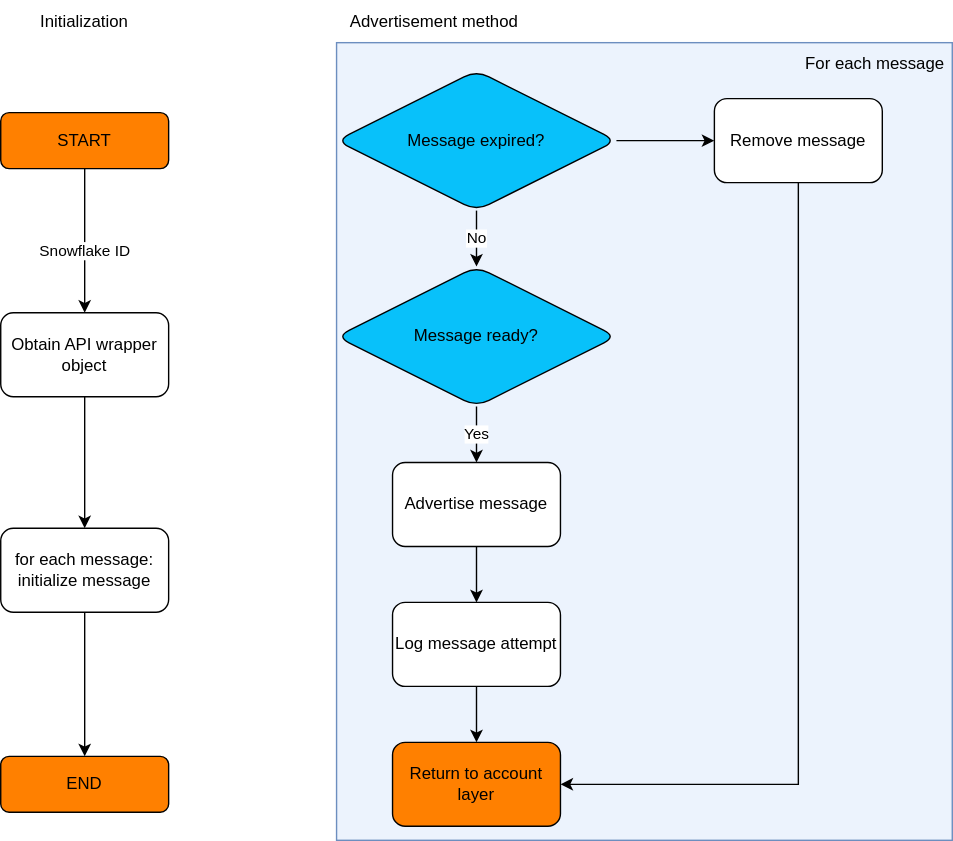
Earlier version of the draw.io export docs/thesis/images/daf-guild-layer-flowchart.svg (davidhozic/discord-advertisement-framework). Source tidied: cells renumbered, new cells last; positions are measured from the earlier drawing's top-left corner, leaving out a move shared by most shapes.
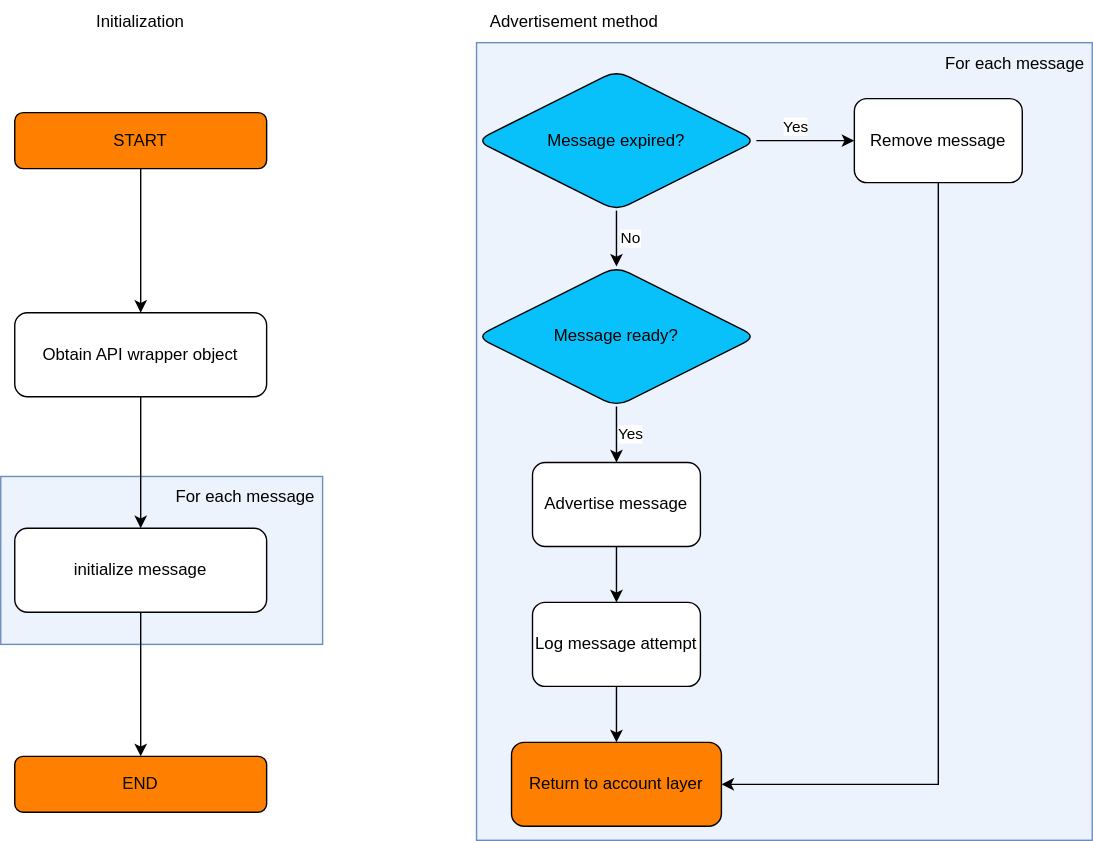
After the change.

What changed in the source:
```diff
@@ -2,29 +2,32 @@
   <root>
     <mxCell id="0" />
     <mxCell id="1" parent="0" />
+    <mxCell id="25" style="rounded=0;whiteSpace=wrap;html=1;fillOpacity=50;align=left;fillColor=#dae8fc;strokeColor=#6c8ebf;" parent="1" vertex="1">
+      <mxGeometry x="-100" y="340" width="230" height="120" as="geometry" />
+    </mxCell>
     <mxCell id="2" style="rounded=0;whiteSpace=wrap;html=1;fillOpacity=50;align=left;fillColor=#dae8fc;strokeColor=#6c8ebf;" parent="1" vertex="1">
       <mxGeometry x="240" y="30" width="440" height="570" as="geometry" />
     </mxCell>
-    <mxCell id="3" value="Snowflake ID" style="edgeStyle=orthogonalEdgeStyle;rounded=0;jettySize=auto;html=1;" parent="1" edge="1" source="4" target="6">
-      <mxGeometry x="0.14" relative="1" as="geometry" />
+    <mxCell id="3" style="edgeStyle=orthogonalEdgeStyle;rounded=0;jettySize=auto;html=1;startArrow=none;startFill=0;endArrow=classic;endFill=1;strokeColor=#000000;" parent="1" edge="1" source="4" target="6">
+      <mxGeometry relative="1" as="geometry" />
     </mxCell>
     <mxCell id="4" value="START" style="rounded=1;whiteSpace=wrap;html=1;fontSize=12;glass=0;strokeWidth=1;shadow=0;fillColor=#FF8000;" parent="1" vertex="1">
-      <mxGeometry y="80" width="120" height="40" as="geometry" />
+      <mxGeometry x="-90" y="80" width="180" height="40" as="geometry" />
     </mxCell>
     <mxCell id="5" style="edgeStyle=orthogonalEdgeStyle;rounded=0;jettySize=auto;html=1;" parent="1" edge="1" source="6" target="8">
       <mxGeometry relative="1" as="geometry" />
     </mxCell>
     <mxCell id="6" value="Obtain API wrapper object" style="whiteSpace=wrap;html=1;rounded=1;glass=0;strokeWidth=1;shadow=0;" parent="1" vertex="1">
-      <mxGeometry y="223" width="120" height="60" as="geometry" />
+      <mxGeometry x="-90" y="223" width="180" height="60" as="geometry" />
     </mxCell>
     <mxCell id="7" style="edgeStyle=orthogonalEdgeStyle;rounded=0;jettySize=auto;html=1;" parent="1" edge="1" source="8" target="24">
       <mxGeometry relative="1" as="geometry" />
     </mxCell>
-    <mxCell id="8" value="for each message:&lt;br&gt;initialize message" style="whiteSpace=wrap;html=1;rounded=1;glass=0;strokeWidth=1;shadow=0;" parent="1" vertex="1">
-      <mxGeometry y="377" width="120" height="60" as="geometry" />
+    <mxCell id="8" value="initialize message" style="whiteSpace=wrap;html=1;rounded=1;glass=0;strokeWidth=1;shadow=0;" parent="1" vertex="1">
+      <mxGeometry x="-90" y="377" width="180" height="60" as="geometry" />
     </mxCell>
     <mxCell id="9" value="No" style="edgeStyle=orthogonalEdgeStyle;rounded=0;jettySize=auto;html=1;" parent="1" edge="1" source="11" target="13">
-      <mxGeometry relative="1" as="geometry">
+      <mxGeometry y="10" relative="1" as="geometry">
         <Array as="points">
           <mxPoint x="340" y="190" />
           <mxPoint x="340" y="190" />
@@ -34,11 +37,16 @@
     <mxCell id="10" style="edgeStyle=orthogonalEdgeStyle;rounded=0;jettySize=auto;html=1;" parent="1" edge="1" source="11" target="17">
       <mxGeometry relative="1" as="geometry" />
     </mxCell>
+    <mxCell id="26" value="Yes" style="edgeLabel;html=1;align=center;verticalAlign=middle;" parent="10" vertex="1">
+      <mxGeometry x="-0.2" relative="1" as="geometry">
+        <mxPoint y="-10" as="offset" />
+      </mxGeometry>
+    </mxCell>
     <mxCell id="11" value="Message expired?" style="rhombus;whiteSpace=wrap;html=1;rounded=1;glass=0;strokeWidth=1;shadow=0;fillColor=#08C1FA;" parent="1" vertex="1">
       <mxGeometry x="240" y="50" width="200" height="100" as="geometry" />
     </mxCell>
     <mxCell id="12" value="Yes" style="edgeStyle=orthogonalEdgeStyle;rounded=0;jettySize=auto;html=1;" parent="1" edge="1" source="13" target="15">
-      <mxGeometry relative="1" as="geometry" />
+      <mxGeometry y="10" relative="1" as="geometry" />
     </mxCell>
     <mxCell id="13" value="Message ready?" style="rhombus;whiteSpace=wrap;html=1;rounded=1;glass=0;strokeWidth=1;shadow=0;fillColor=#08C1FA;" parent="1" vertex="1">
       <mxGeometry x="240" y="190" width="200" height="100" as="geometry" />
@@ -66,19 +74,22 @@
       <mxGeometry x="280" y="430" width="120" height="60" as="geometry" />
     </mxCell>
     <mxCell id="20" value="Return to account layer" style="whiteSpace=wrap;html=1;rounded=1;glass=0;strokeWidth=1;shadow=0;fillColor=#FF8000;" parent="1" vertex="1">
-      <mxGeometry x="280" y="530" width="120" height="60" as="geometry" />
+      <mxGeometry x="265" y="530" width="150" height="60" as="geometry" />
     </mxCell>
     <mxCell id="21" value="For each message" style="text;html=1;strokeColor=none;fillColor=none;align=center;verticalAlign=middle;whiteSpace=wrap;rounded=0;" parent="1" vertex="1">
       <mxGeometry x="570" y="30" width="110" height="30" as="geometry" />
     </mxCell>
     <mxCell id="22" value="Initialization" style="text;html=1;strokeColor=none;fillColor=none;align=center;verticalAlign=middle;whiteSpace=wrap;rounded=0;" parent="1" vertex="1">
-      <mxGeometry x="5" width="110" height="30" as="geometry" />
+      <mxGeometry x="-55" width="110" height="30" as="geometry" />
     </mxCell>
     <mxCell id="23" value="Advertisement method" style="text;html=1;strokeColor=none;fillColor=none;align=center;verticalAlign=middle;whiteSpace=wrap;rounded=0;" parent="1" vertex="1">
       <mxGeometry x="240" width="140" height="30" as="geometry" />
     </mxCell>
     <mxCell id="24" value="END" style="rounded=1;whiteSpace=wrap;html=1;fontSize=12;glass=0;strokeWidth=1;shadow=0;fillColor=#FF8000;" parent="1" vertex="1">
-      <mxGeometry y="540" width="120" height="40" as="geometry" />
+      <mxGeometry x="-90" y="540" width="180" height="40" as="geometry" />
     </mxCell>
+    <mxCell id="27" value="For each message" style="text;html=1;strokeColor=none;fillColor=none;align=center;verticalAlign=middle;whiteSpace=wrap;rounded=0;" parent="1" vertex="1">
+      <mxGeometry x="20" y="340" width="110" height="30" as="geometry" />
+    </mxCell>
   </root>
 </mxGraphModel>
```
